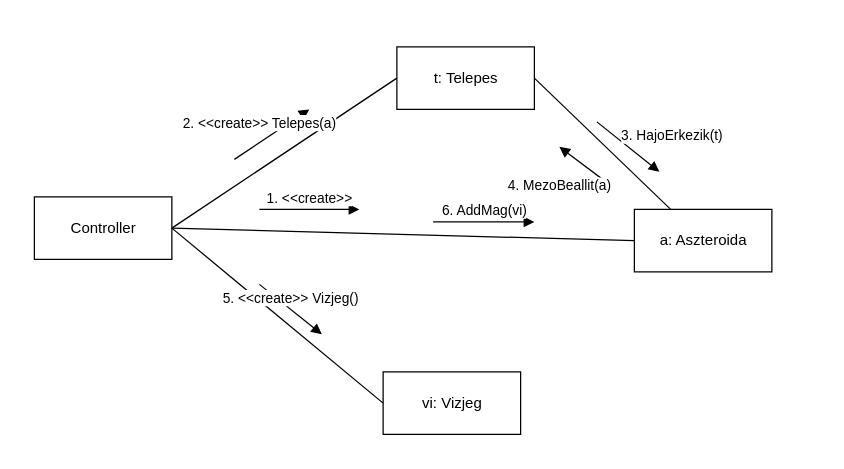
Before: page "vizjeg" (2 of 4) of doc/kommunikacio/kom_TelepesBanyasz.drawio in torpeBoiGo/aszteroidabanyaszat, a draw.io diagram. Source tidied: cells renumbered, new cells numbered last; positions are measured from the earlier drawing's top-left corner, leaving out a move shared by most shapes. Both pictures are drawn from the tidied source at 125%, with x=0, y=0 at pixel (34, 46).
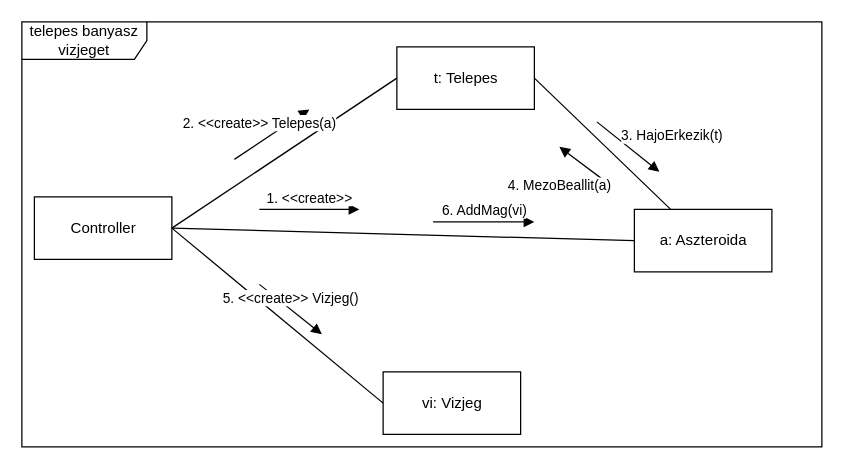
The same page after the edit.

Diff of the diagram source:
```diff
@@
+    <mxCell id="16" value="telepes banyasz vizjeget" style="shape=umlFrame;whiteSpace=wrap;html=1;width=100;height=30;" parent="1" vertex="1">
+      <mxGeometry x="-10" y="-20" width="640" height="340" as="geometry" />
+    </mxCell>
```
